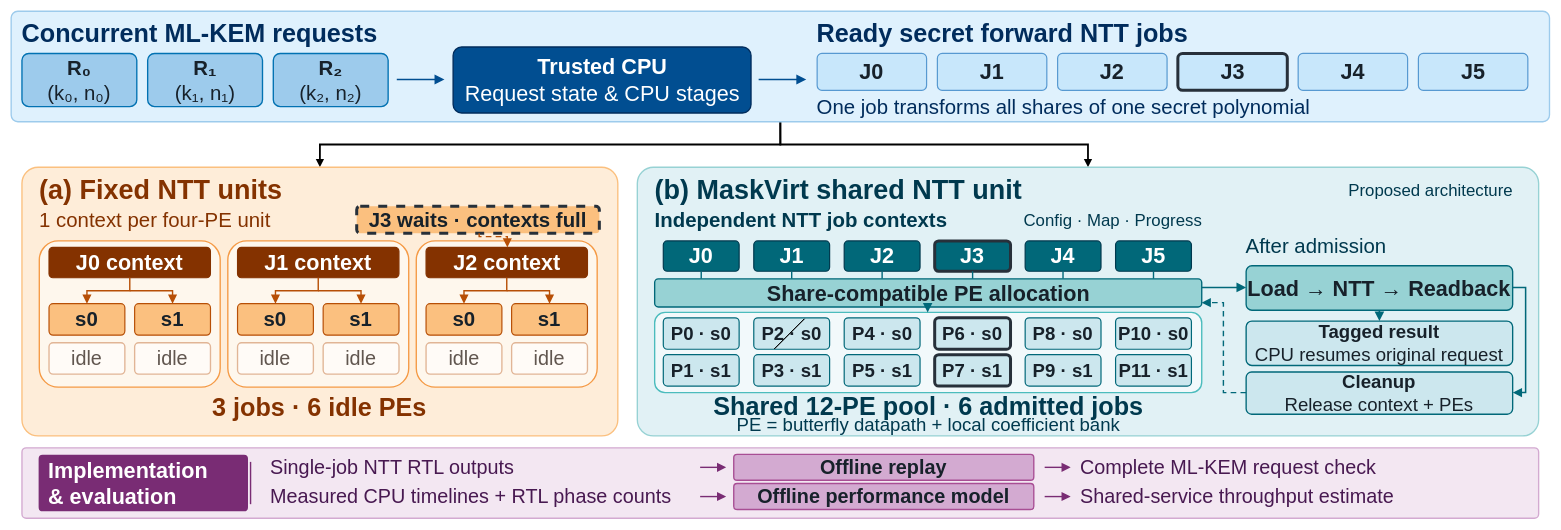
Earlier version of the draw.io diagram all/DAC2026/MaskVirt_fig1.drawio (ZKY6662017/iodraw-files). Source tidied: cells renumbered, new cells numbered last; positions are measured from the earlier drawing's top-left corner, leaving out a move shared by most shapes. Both pictures are drawn from the tidied source at 60%, with x=0, y=0 at pixel (11, 11).
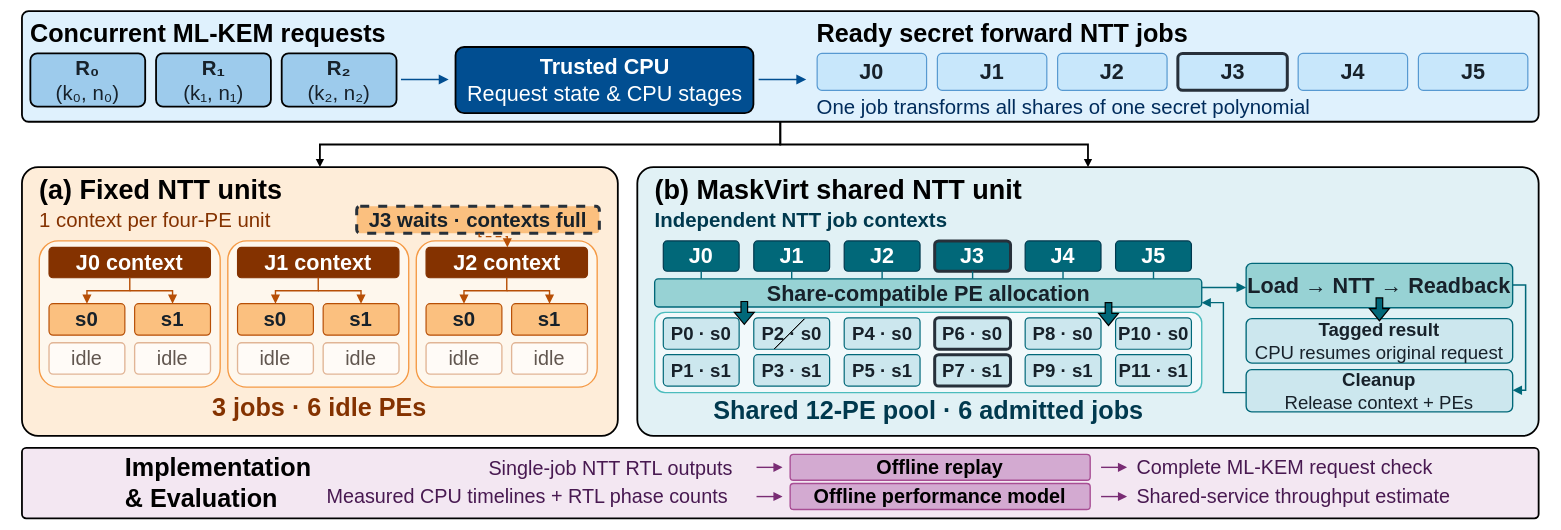
After the change.

Diff of the diagram source:
```diff
@@
-    <mxCell id="4" style="rounded=1;arcSize=6;html=1;fillColor=#DFF1FD;strokeColor=#9DCBEC;strokeWidth=2.26;" parent="1" vertex="1">
-      <mxGeometry x="0.1" y="0.2" width="2563.9" height="184.2" as="geometry" />
+    <mxCell id="4" style="rounded=1;arcSize=6;html=1;fillColor=#DFF1FD;strokeColor=#000000;strokeWidth=3;" parent="1" vertex="1">
+      <mxGeometry x="18.1" y="0.2" width="2527.8" height="184.2" as="geometry" />
     </mxCell>
-    <mxCell id="5" style="html=1;whiteSpace=wrap;verticalAlign=middle;align=center;fontFamily=Helvetica;fontSize=36;fontColor=#17212A;fontStyle=0;fillColor=#FEEDD9;strokeColor=#FBC07F;strokeWidth=2.26;rounded=1;arcSize=6;spacing=0;dashed=0;" parent="1" vertex="1">
+    <mxCell id="5" style="html=1;whiteSpace=wrap;verticalAlign=middle;align=center;fontFamily=Helvetica;fontSize=36;fontColor=#17212A;fontStyle=0;fillColor=#FEEDD9;strokeColor=#000000;strokeWidth=3;rounded=1;arcSize=6;spacing=0;dashed=0;" parent="1" vertex="1">
       <mxGeometry x="18.1" y="260.2" width="993.1" height="447.8" as="geometry" />
     </mxCell>
-    <mxCell id="6" style="html=1;whiteSpace=wrap;verticalAlign=middle;align=center;fontFamily=Helvetica;fontSize=36;fontColor=#17212A;fontStyle=0;fillColor=#E1F1F5;strokeColor=#97D2D4;strokeWidth=2.26;rounded=1;arcSize=6;spacing=0;dashed=0;" parent="1" vertex="1">
+    <mxCell id="6" style="html=1;whiteSpace=wrap;verticalAlign=middle;align=center;fontFamily=Helvetica;fontSize=36;fontColor=#17212A;fontStyle=0;fillColor=#E1F1F5;strokeColor=#000000;strokeWidth=3;rounded=1;arcSize=6;spacing=0;dashed=0;" parent="1" vertex="1">
       <mxGeometry x="1043.7" y="260.2" width="1502.2" height="447.8" as="geometry" />
     </mxCell>
-    <mxCell id="7" style="html=1;whiteSpace=wrap;verticalAlign=middle;align=center;fontFamily=Helvetica;fontSize=36;fontColor=#17212A;fontStyle=0;fillColor=#F3E7F2;strokeColor=#D3AAD1;strokeWidth=2.26;rounded=1;arcSize=6;spacing=0;dashed=0;" parent="1" vertex="1">
+    <mxCell id="7" style="html=1;whiteSpace=wrap;verticalAlign=middle;align=center;fontFamily=Helvetica;fontSize=36;fontColor=#17212A;fontStyle=0;fillColor=#F3E7F2;strokeColor=#000000;strokeWidth=3;rounded=1;arcSize=6;spacing=0;dashed=0;" parent="1" vertex="1">
       <mxGeometry x="18.1" y="727.9" width="2527.8" height="117.4" as="geometry" />
     </mxCell>
-    <mxCell id="8" value="Concurrent ML-KEM requests" style="html=1;whiteSpace=wrap;verticalAlign=middle;align=left;fontFamily=Helvetica;fontSize=42;fontColor=#012C5C;fontStyle=1;fillColor=none;strokeColor=none;strokeWidth=2.26;rounded=0;arcSize=13;spacing=0;dashed=0;" parent="1" vertex="1">
-      <mxGeometry x="18.1" y="14.7" width="622.9" height="46.9" as="geometry" />
+    <mxCell id="8" value="Concurrent ML-KEM requests" style="html=1;whiteSpace=wrap;verticalAlign=middle;align=left;fontFamily=Helvetica;fontSize=42;fontColor=#000000;fontStyle=1;fillColor=none;strokeColor=none;strokeWidth=2.26;rounded=0;arcSize=13;spacing=0;dashed=0;" parent="1" vertex="1">
+      <mxGeometry x="32.1" y="14.7" width="622.9" height="46.9" as="geometry" />
     </mxCell>
-    <mxCell id="9" value="&lt;b&gt;R₀&lt;/b&gt;&lt;br&gt;(k₀, n₀)" style="html=1;whiteSpace=wrap;verticalAlign=middle;align=center;fontFamily=Helvetica;fontSize=34;fontColor=#17212A;fontStyle=0;fillColor=#9DCBEC;strokeColor=#0272B2;strokeWidth=2.26;rounded=1;arcSize=13;spacing=0;dashed=0;" parent="1" vertex="1">
-      <mxGeometry x="18.1" y="70.6" width="191.4" height="88.5" as="geometry" />
+    <mxCell id="9" value="&lt;b&gt;R₀&lt;/b&gt;&lt;br&gt;(k₀, n₀)" style="html=1;whiteSpace=wrap;verticalAlign=middle;align=center;fontFamily=Helvetica;fontSize=34;fontColor=#17212A;fontStyle=0;fillColor=#9DCBEC;strokeColor=#000000;strokeWidth=3;rounded=1;arcSize=13;spacing=0;dashed=0;" parent="1" vertex="1">
+      <mxGeometry x="32.1" y="70.6" width="191.4" height="88.5" as="geometry" />
     </mxCell>
-    <mxCell id="10" value="&lt;b&gt;R₁&lt;/b&gt;&lt;br&gt;(k₁, n₁)" style="html=1;whiteSpace=wrap;verticalAlign=middle;align=center;fontFamily=Helvetica;fontSize=34;fontColor=#17212A;fontStyle=0;fillColor=#9DCBEC;strokeColor=#0272B2;strokeWidth=2.26;rounded=1;arcSize=13;spacing=0;dashed=0;" parent="1" vertex="1">
-      <mxGeometry x="227.6" y="70.6" width="191.4" height="88.5" as="geometry" />
+    <mxCell id="10" value="&lt;b&gt;R₁&lt;/b&gt;&lt;br&gt;(k₁, n₁)" style="html=1;whiteSpace=wrap;verticalAlign=middle;align=center;fontFamily=Helvetica;fontSize=34;fontColor=#17212A;fontStyle=0;fillColor=#9DCBEC;strokeColor=#000000;strokeWidth=3;rounded=1;arcSize=13;spacing=0;dashed=0;" parent="1" vertex="1">
+      <mxGeometry x="241.6" y="70.6" width="191.4" height="88.5" as="geometry" />
     </mxCell>
-    <mxCell id="11" value="&lt;b&gt;R₂&lt;/b&gt;&lt;br&gt;(k₂, n₂)" style="html=1;whiteSpace=wrap;verticalAlign=middle;align=center;fontFamily=Helvetica;fontSize=34;fontColor=#17212A;fontStyle=0;fillColor=#9DCBEC;strokeColor=#0272B2;strokeWidth=2.26;rounded=1;arcSize=13;spacing=0;dashed=0;" parent="1" vertex="1">
-      <mxGeometry x="437" y="70.6" width="191.4" height="88.5" as="geometry" />
+    <mxCell id="11" value="&lt;b&gt;R₂&lt;/b&gt;&lt;br&gt;(k₂, n₂)" style="html=1;whiteSpace=wrap;verticalAlign=middle;align=center;fontFamily=Helvetica;fontSize=34;fontColor=#17212A;fontStyle=0;fillColor=#9DCBEC;strokeColor=#000000;strokeWidth=3;rounded=1;arcSize=13;spacing=0;dashed=0;" parent="1" vertex="1">
+      <mxGeometry x="451" y="70.6" width="191.4" height="88.5" as="geometry" />
     </mxCell>
     <mxCell id="12" style="html=1;rounded=0;endArrow=block;endFill=1;endSize=9.03;strokeWidth=2.89;strokeColor=#014E91;dashed=0;dashPattern=4 3;" parent="1" edge="1">
       <mxGeometry relative="1" as="geometry">
-        <mxPoint x="642.8" y="114" as="sourcePoint" />
-        <mxPoint x="722.3" y="114" as="targetPoint" />
+        <mxPoint x="649.8" y="114" as="sourcePoint" />
+        <mxPoint x="729.3" y="114" as="targetPoint" />
       </mxGeometry>
     </mxCell>
-    <mxCell id="13" value="&lt;b&gt;Trusted CPU&lt;/b&gt;&lt;br&gt;Request state &amp;amp; CPU stages" style="html=1;whiteSpace=wrap;verticalAlign=middle;align=center;fontFamily=Helvetica;fontSize=36;fontColor=#FFFFFF;fontStyle=0;fillColor=#014E91;strokeColor=#012C5C;strokeWidth=2.26;rounded=1;arcSize=13;spacing=0;dashed=0;" parent="1" vertex="1">
-      <mxGeometry x="736.7" y="59.8" width="496.5" height="110.1" as="geometry" />
+    <mxCell id="13" value="&lt;b&gt;Trusted CPU&lt;/b&gt;&lt;br&gt;Request state &amp;amp; CPU stages" style="html=1;whiteSpace=wrap;verticalAlign=middle;align=center;fontFamily=Helvetica;fontSize=36;fontColor=#FFFFFF;fontStyle=0;fillColor=#014E91;strokeColor=#000000;strokeWidth=3;rounded=1;arcSize=13;spacing=0;dashed=0;" parent="1" vertex="1">
+      <mxGeometry x="740.7" y="59.8" width="496.5" height="110.1" as="geometry" />
     </mxCell>
@@
-    <mxCell id="15" value="Ready secret forward NTT jobs" style="html=1;whiteSpace=wrap;verticalAlign=middle;align=left;fontFamily=Helvetica;fontSize=42;fontColor=#012C5C;fontStyle=1;fillColor=none;strokeColor=none;strokeWidth=2.26;rounded=0;arcSize=13;spacing=0;dashed=0;" parent="1" vertex="1">
+    <mxCell id="15" value="Ready secret forward NTT jobs" style="html=1;whiteSpace=wrap;verticalAlign=middle;align=left;fontFamily=Helvetica;fontSize=42;fontColor=#000000;fontStyle=1;fillColor=none;strokeColor=none;strokeWidth=2.26;rounded=0;arcSize=13;spacing=0;dashed=0;" parent="1" vertex="1">
       <mxGeometry x="1343.4" y="14.7" width="1186.2" height="46.9" as="geometry" />
     </mxCell>
@@
-    <mxCell id="23" value="(a) Fixed NTT units" style="html=1;whiteSpace=wrap;verticalAlign=middle;align=left;fontFamily=Helvetica;fontSize=45;fontColor=#843200;fontStyle=1;fillColor=none;strokeColor=none;strokeWidth=2.26;rounded=0;arcSize=13;spacing=0;dashed=0;" parent="1" vertex="1">
+    <mxCell id="23" value="(a) Fixed NTT units" style="html=1;whiteSpace=wrap;verticalAlign=middle;align=left;fontFamily=Helvetica;fontSize=45;fontColor=#000000;fontStyle=1;fillColor=none;strokeColor=none;strokeWidth=2.26;rounded=0;arcSize=13;spacing=0;dashed=0;" parent="1" vertex="1">
       <mxGeometry x="47" y="271.1" width="920.8" height="54.2" as="geometry" />
     </mxCell>
@@
-    <mxCell id="52" value="(b) MaskVirt shared NTT unit" style="html=1;whiteSpace=wrap;verticalAlign=middle;align=left;fontFamily=Helvetica;fontSize=45;fontColor=#00394E;fontStyle=1;fillColor=none;strokeColor=none;strokeWidth=2.26;rounded=0;arcSize=13;spacing=0;dashed=0;" parent="1" vertex="1">
+    <mxCell id="52" value="(b) MaskVirt shared NTT unit" style="html=1;whiteSpace=wrap;verticalAlign=middle;align=left;fontFamily=Helvetica;fontSize=45;fontColor=#000000;fontStyle=1;fillColor=none;strokeColor=none;strokeWidth=2.26;rounded=0;arcSize=13;spacing=0;dashed=0;" parent="1" vertex="1">
       <mxGeometry x="1072.6" y="271.1" width="1444.4" height="54.2" as="geometry" />
     </mxCell>
@@
-    <mxCell id="54" value="Config · Map · Progress" style="html=1;whiteSpace=wrap;verticalAlign=middle;align=right;fontFamily=Helvetica;fontSize=28;fontColor=#00394E;fontStyle=0;fillColor=none;strokeColor=none;strokeWidth=2.26;rounded=0;arcSize=13;spacing=0;dashed=0;" parent="1" vertex="1">
-      <mxGeometry x="1617.8" y="325.2" width="366.5" height="45.1" as="geometry" />
-    </mxCell>
@@
-    <mxCell id="81" style="html=1;rounded=0;endArrow=block;endFill=1;endSize=9.03;strokeWidth=2.62;strokeColor=#016879;dashed=0;dashPattern=4 3;" parent="1" edge="1">
-      <mxGeometry relative="1" as="geometry">
-        <mxPoint x="1527.6" y="493.1" as="sourcePoint" />
-        <mxPoint x="1527.6" y="502.2" as="targetPoint" />
-      </mxGeometry>
-    </mxCell>
     <mxCell id="82" value="Shared 12-PE pool · 6 admitted jobs" style="html=1;whiteSpace=wrap;verticalAlign=middle;align=center;fontFamily=Helvetica;fontSize=42;fontColor=#00394E;fontStyle=1;fillColor=none;strokeColor=none;strokeWidth=2.26;rounded=0;arcSize=13;spacing=0;dashed=0;" parent="1" vertex="1">
-      <mxGeometry x="1072.6" y="635.8" width="911.8" height="46.9" as="geometry" />
+      <mxGeometry x="1072.6" y="643" width="911.8" height="46.9" as="geometry" />
     </mxCell>
-    <mxCell id="83" value="PE = butterfly datapath + local coefficient bank" style="html=1;whiteSpace=wrap;verticalAlign=middle;align=center;fontFamily=Helvetica;fontSize=31;fontColor=#00394E;fontStyle=0;fillColor=none;strokeColor=none;strokeWidth=2.26;rounded=0;arcSize=13;spacing=0;dashed=0;" parent="1" vertex="1">
-      <mxGeometry x="1072.6" y="677.3" width="911.8" height="25.3" as="geometry" />
-    </mxCell>
-    <mxCell id="84" value="After admission" style="html=1;whiteSpace=wrap;verticalAlign=middle;align=left;fontFamily=Helvetica;fontSize=34;fontColor=#00394E;fontStyle=0;fillColor=none;strokeColor=none;strokeWidth=2.26;rounded=0;arcSize=13;spacing=0;dashed=0;" parent="1" vertex="1">
-      <mxGeometry x="2058.4" y="370.4" width="436.9" height="41.5" as="geometry" />
-    </mxCell>
     <mxCell id="85" value="Load → NTT → Readback" style="html=1;whiteSpace=wrap;verticalAlign=middle;align=center;fontFamily=Helvetica;fontSize=36;fontColor=#17212A;fontStyle=1;fillColor=#97D2D4;strokeColor=#016879;strokeWidth=2.26;rounded=1;arcSize=13;spacing=0;dashed=0;" parent="1" vertex="1">
-      <mxGeometry x="2058.4" y="424.5" width="444.2" height="74" as="geometry" />
+      <mxGeometry x="2058.4" y="420.5" width="444.2" height="74" as="geometry" />
     </mxCell>
@@
-    <mxCell id="87" style="html=1;rounded=0;endArrow=block;endFill=1;endSize=9.03;strokeWidth=2.71;strokeColor=#016879;dashed=0;dashPattern=4 3;" parent="1" edge="1">
-      <mxGeometry relative="1" as="geometry">
-        <mxPoint x="2280.5" y="498.6" as="sourcePoint" />
-        <mxPoint x="2280.5" y="516.6" as="targetPoint" />
-      </mxGeometry>
-    </mxCell>
     <mxCell id="88" value="&lt;b&gt;Tagged result&lt;/b&gt;&lt;br&gt;CPU resumes original request" style="html=1;whiteSpace=wrap;verticalAlign=middle;align=center;fontFamily=Helvetica;fontSize=31;fontColor=#17212A;fontStyle=0;fillColor=#CCE7EE;strokeColor=#016879;strokeWidth=2.26;rounded=1;arcSize=13;spacing=0;dashed=0;" parent="1" vertex="1">
-      <mxGeometry x="2058.4" y="516.6" width="444.2" height="74" as="geometry" />
+      <mxGeometry x="2058.4" y="512.6" width="444.2" height="74" as="geometry" />
     </mxCell>
     <mxCell id="89" style="html=1;rounded=0;endArrow=block;endFill=1;endSize=9.03;strokeWidth=2.53;strokeColor=#016879;dashed=0;dashPattern=4 3;" parent="1" edge="1">
       <mxGeometry relative="1" as="geometry">
-        <mxPoint x="2502.6" y="460.6" as="sourcePoint" />
-        <mxPoint x="2502.6" y="635.8" as="targetPoint" />
+        <mxPoint x="2502.6" y="456.6" as="sourcePoint" />
+        <mxPoint x="2502.6" y="631.8" as="targetPoint" />
         <Array as="points">
-          <mxPoint x="2524.2" y="460.6" />
-          <mxPoint x="2524.2" y="635.8" />
+          <mxPoint x="2524.2" y="456.6" />
+          <mxPoint x="2524.2" y="631.8" />
         </Array>
       </mxGeometry>
     </mxCell>
     <mxCell id="90" value="&lt;b&gt;Cleanup&lt;/b&gt;&lt;br&gt;Release context + PEs" style="html=1;whiteSpace=wrap;verticalAlign=middle;align=center;fontFamily=Helvetica;fontSize=31;fontColor=#17212A;fontStyle=0;fillColor=#CCE7EE;strokeColor=#016879;strokeWidth=2.26;rounded=1;arcSize=13;spacing=0;dashed=0;" parent="1" vertex="1">
-      <mxGeometry x="2058.4" y="601.5" width="444.2" height="70.4" as="geometry" />
+      <mxGeometry x="2058.4" y="597.5" width="444.2" height="70.4" as="geometry" />
     </mxCell>
-    <mxCell id="91" style="html=1;rounded=0;endArrow=block;endFill=1;endSize=9.03;strokeWidth=2.35;strokeColor=#016879;dashed=1;dashPattern=4 3;" parent="1" edge="1">
+    <mxCell id="91" style="html=1;rounded=0;endArrow=block;endFill=1;endSize=9.03;strokeWidth=2.35;strokeColor=#016879;" parent="1" edge="1">
       <mxGeometry relative="1" as="geometry">
         <mxPoint x="2058.4" y="635.8" as="sourcePoint" />
         <mxPoint x="1984.4" y="485.9" as="targetPoint" />
         <Array as="points">
           <mxPoint x="2020.5" y="635.8" />
           <mxPoint x="2020.5" y="485.9" />
         </Array>
       </mxGeometry>
     </mxCell>
-    <mxCell id="92" value="Implementation&lt;br&gt;&amp;amp; evaluation" style="html=1;whiteSpace=wrap;verticalAlign=middle;align=left;fontFamily=Helvetica;fontSize=36;fontColor=#FFFFFF;fontStyle=1;fillColor=#792C74;strokeColor=#792C74;strokeWidth=2.26;rounded=1;arcSize=6;spacing=0;dashed=0;spacingLeft=15;" parent="1" vertex="1">
-      <mxGeometry x="47" y="740.5" width="346.7" height="92.1" as="geometry" />
-    </mxCell>
-    <mxCell id="93" style="html=1;rounded=0;endArrow=none;endFill=1;endSize=9.03;strokeWidth=2.35;strokeColor=#792C74;dashed=0;dashPattern=4 3;" parent="1" edge="1">
-      <mxGeometry relative="1" as="geometry">
-        <mxPoint x="399.1" y="751.3" as="sourcePoint" />
-        <mxPoint x="399.1" y="821.8" as="targetPoint" />
-      </mxGeometry>
-    </mxCell>
     <mxCell id="94" value="Single-job NTT RTL outputs" style="html=1;whiteSpace=wrap;verticalAlign=middle;align=left;fontFamily=Helvetica;fontSize=33;fontColor=#481951;fontStyle=0;fillColor=none;strokeColor=none;strokeWidth=2.26;rounded=0;arcSize=13;spacing=0;dashed=0;" parent="1" vertex="1">
-      <mxGeometry x="431.6" y="738.7" width="709.6" height="43.3" as="geometry" />
+      <mxGeometry x="796" y="740.5" width="709.6" height="43.3" as="geometry" />
     </mxCell>
     <mxCell id="95" style="html=1;rounded=0;endArrow=block;endFill=1;endSize=9.03;strokeWidth=2.35;strokeColor=#792C74;dashed=0;dashPattern=4 3;" parent="1" edge="1">
       <mxGeometry relative="1" as="geometry">
-        <mxPoint x="1148.4" y="760.4" as="sourcePoint" />
-        <mxPoint x="1191.7" y="760.4" as="targetPoint" />
+        <mxPoint x="1242.4" y="760.4" as="sourcePoint" />
+        <mxPoint x="1285.7" y="760.4" as="targetPoint" />
       </mxGeometry>
     </mxCell>
-    <mxCell id="96" value="Offline replay" style="html=1;whiteSpace=wrap;verticalAlign=middle;align=center;fontFamily=Helvetica;fontSize=33;fontColor=#17212A;fontStyle=1;fillColor=#D3AAD1;strokeColor=#A84E94;strokeWidth=2.26;rounded=1;arcSize=13;spacing=0;dashed=0;" parent="1" vertex="1">
-      <mxGeometry x="1204.4" y="738.7" width="500.1" height="43.3" as="geometry" />
+    <mxCell id="96" value="Offline replay" style="html=1;whiteSpace=wrap;verticalAlign=middle;align=center;fontFamily=Helvetica;fontSize=33;fontColor=#000000;fontStyle=1;fillColor=#D3AAD1;strokeColor=#A84E94;strokeWidth=2.26;rounded=1;arcSize=13;spacing=0;dashed=0;" parent="1" vertex="1">
+      <mxGeometry x="1298.4" y="738.7" width="500.1" height="43.3" as="geometry" />
     </mxCell>
     <mxCell id="97" style="html=1;rounded=0;endArrow=block;endFill=1;endSize=9.03;strokeWidth=2.35;strokeColor=#792C74;dashed=0;dashPattern=4 3;" parent="1" edge="1">
       <mxGeometry relative="1" as="geometry">
-        <mxPoint x="1722.6" y="760.4" as="sourcePoint" />
-        <mxPoint x="1765.9" y="760.4" as="targetPoint" />
+        <mxPoint x="1816.6" y="760.4" as="sourcePoint" />
+        <mxPoint x="1859.9" y="760.4" as="targetPoint" />
       </mxGeometry>
     </mxCell>
     <mxCell id="98" value="Complete ML-KEM request check" style="html=1;whiteSpace=wrap;verticalAlign=middle;align=left;fontFamily=Helvetica;fontSize=33;fontColor=#481951;fontStyle=0;fillColor=none;strokeColor=none;strokeWidth=2.26;rounded=0;arcSize=13;spacing=0;dashed=0;" parent="1" vertex="1">
-      <mxGeometry x="1782.1" y="738.7" width="734.9" height="43.3" as="geometry" />
+      <mxGeometry x="1876.1" y="738.7" width="640.9" height="43.3" as="geometry" />
     </mxCell>
     <mxCell id="99" value="Measured CPU timelines + RTL phase counts" style="html=1;whiteSpace=wrap;verticalAlign=middle;align=left;fontFamily=Helvetica;fontSize=33;fontColor=#481951;fontStyle=0;fillColor=none;strokeColor=none;strokeWidth=2.26;rounded=0;arcSize=13;spacing=0;dashed=0;" parent="1" vertex="1">
-      <mxGeometry x="431.6" y="787.4" width="709.6" height="43.3" as="geometry" />
+      <mxGeometry x="525.6" y="787.4" width="709.6" height="43.3" as="geometry" />
     </mxCell>
     <mxCell id="100" style="html=1;rounded=0;endArrow=block;endFill=1;endSize=9.03;strokeWidth=2.35;strokeColor=#792C74;dashed=0;dashPattern=4 3;" parent="1" edge="1">
       <mxGeometry relative="1" as="geometry">
-        <mxPoint x="1148.4" y="809.1" as="sourcePoint" />
-        <mxPoint x="1191.7" y="809.1" as="targetPoint" />
+        <mxPoint x="1242.4" y="809.1" as="sourcePoint" />
+        <mxPoint x="1285.7" y="809.1" as="targetPoint" />
       </mxGeometry>
     </mxCell>
-    <mxCell id="101" value="Offline performance model" style="html=1;whiteSpace=wrap;verticalAlign=middle;align=center;fontFamily=Helvetica;fontSize=33;fontColor=#17212A;fontStyle=1;fillColor=#D3AAD1;strokeColor=#A84E94;strokeWidth=2.26;rounded=1;arcSize=13;spacing=0;dashed=0;" parent="1" vertex="1">
-      <mxGeometry x="1204.4" y="787.4" width="500.1" height="43.3" as="geometry" />
+    <mxCell id="101" value="Offline performance model" style="html=1;whiteSpace=wrap;verticalAlign=middle;align=center;fontFamily=Helvetica;fontSize=33;fontColor=#000000;fontStyle=1;fillColor=#D3AAD1;strokeColor=#A84E94;strokeWidth=2.26;rounded=1;arcSize=13;spacing=0;dashed=0;" parent="1" vertex="1">
+      <mxGeometry x="1298.4" y="787.4" width="500.1" height="43.3" as="geometry" />
     </mxCell>
     <mxCell id="102" style="html=1;rounded=0;endArrow=block;endFill=1;endSize=9.03;strokeWidth=2.35;strokeColor=#792C74;dashed=0;dashPattern=4 3;" parent="1" edge="1">
       <mxGeometry relative="1" as="geometry">
-        <mxPoint x="1722.6" y="809.1" as="sourcePoint" />
-        <mxPoint x="1765.9" y="809.1" as="targetPoint" />
+        <mxPoint x="1816.6" y="809.1" as="sourcePoint" />
+        <mxPoint x="1859.9" y="809.1" as="targetPoint" />
       </mxGeometry>
     </mxCell>
     <mxCell id="103" value="Shared-service throughput estimate" style="html=1;whiteSpace=wrap;verticalAlign=middle;align=left;fontFamily=Helvetica;fontSize=33;fontColor=#481951;fontStyle=0;fillColor=none;strokeColor=none;strokeWidth=2.26;rounded=0;arcSize=13;spacing=0;dashed=0;" parent="1" vertex="1">
-      <mxGeometry x="1782.1" y="787.4" width="734.9" height="43.3" as="geometry" />
+      <mxGeometry x="1876.1" y="787.4" width="640.9" height="43.3" as="geometry" />
     </mxCell>
-    <mxCell id="104" value="Proposed architecture" style="html=1;whiteSpace=wrap;verticalAlign=middle;align=right;fontFamily=Helvetica;fontSize=28;fontColor=#00394E;fontStyle=0;fillColor=none;strokeColor=none;strokeWidth=2.26;rounded=0;arcSize=13;spacing=0;dashed=0;" parent="1" vertex="1">
-      <mxGeometry x="2063.8" y="274.7" width="438.8" height="46.9" as="geometry" />
-    </mxCell>
@@
+    <mxCell id="109" style="shape=flexArrow;endArrow=classic;html=1;rounded=0;defaultLabelBackgroundColor=page;labelPadding=0 4;fillColor=light-dark(#016879, #ededed);strokeWidth=2;" parent="1" edge="1">
+      <mxGeometry relative="1" as="geometry">
+        <mxPoint x="1222" y="483" as="sourcePoint" />
+        <mxPoint x="1222" y="523" as="targetPoint" />
+      </mxGeometry>
+    </mxCell>
+    <mxCell id="110" style="shape=flexArrow;endArrow=classic;html=1;rounded=0;defaultLabelBackgroundColor=page;labelPadding=0 4;fillColor=light-dark(#016879, #ededed);strokeWidth=2;" parent="1" edge="1">
+      <mxGeometry relative="1" as="geometry">
+        <mxPoint x="2280.5" y="477" as="sourcePoint" />
+        <mxPoint x="2280.5" y="517" as="targetPoint" />
+      </mxGeometry>
+    </mxCell>
+    <mxCell id="111" value="Implementation&amp;nbsp;&lt;div&gt;&amp;amp; Evaluation&lt;/div&gt;" style="html=1;whiteSpace=wrap;verticalAlign=middle;align=left;fontFamily=Helvetica;fontSize=42;fontColor=#000000;fontStyle=1;fillColor=none;strokeColor=none;strokeWidth=2.26;rounded=0;arcSize=13;spacing=0;dashed=0;" parent="1" vertex="1">
+      <mxGeometry x="189.6" y="763.1" width="429" height="46.9" as="geometry" />
+    </mxCell>
+    <mxCell id="112" style="shape=flexArrow;endArrow=classic;html=1;rounded=0;defaultLabelBackgroundColor=page;labelPadding=0 4;fillColor=light-dark(#016879, #ededed);strokeWidth=2;" parent="1" edge="1">
+      <mxGeometry relative="1" as="geometry">
+        <mxPoint x="1829" y="484.9" as="sourcePoint" />
+        <mxPoint x="1829" y="524.9" as="targetPoint" />
+      </mxGeometry>
+    </mxCell>
```
